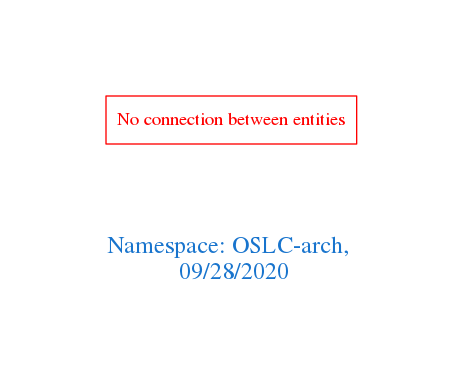
The Graphviz diagram downloads/OSLC-arch.png in arago/OGIT, before a commit. Its source is kept beside it as downloads/OSLC-arch.dot.
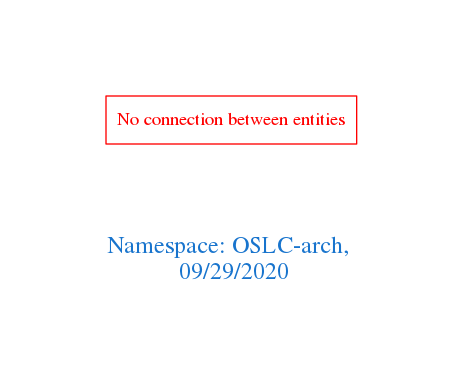
The same diagram one commit later.

The edit, as a diff of the source:
```diff
@@ -1,7 +1,7 @@
 digraph OGIT_ontology {
  graph [ rankdir= LR,pad=1
 fontsize = 18,
-fontcolor= dodgerblue3,label = "\n\n\nNamespace: OSLC-arch, \n 09/28/2020"];
+fontcolor= dodgerblue3,label = "\n\n\nNamespace: OSLC-arch, \n 09/29/2020"];
 node[shape=polygon];
 edge [  color="gray81"];
 
```
